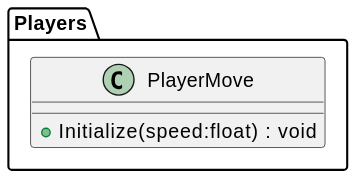
The PlantUML diagram plantuml/out/Player/PlayerMove.svg in asterisk-cn/RougueShooter, before a commit. Its diagram source:
```plantuml
@startuml
namespace Players{
class PlayerMove {
    + Initialize(speed:float) : void
}
}
@enduml
```
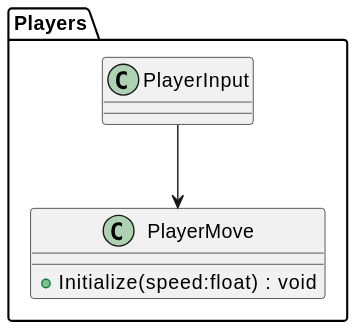
After the change.

The edit, as a diff of the source:
```diff
@@ -4,4 +4,5 @@
     + Initialize(speed:float) : void
 }
 }
+Players.PlayerInput --> PlayerMove
 @enduml
```
